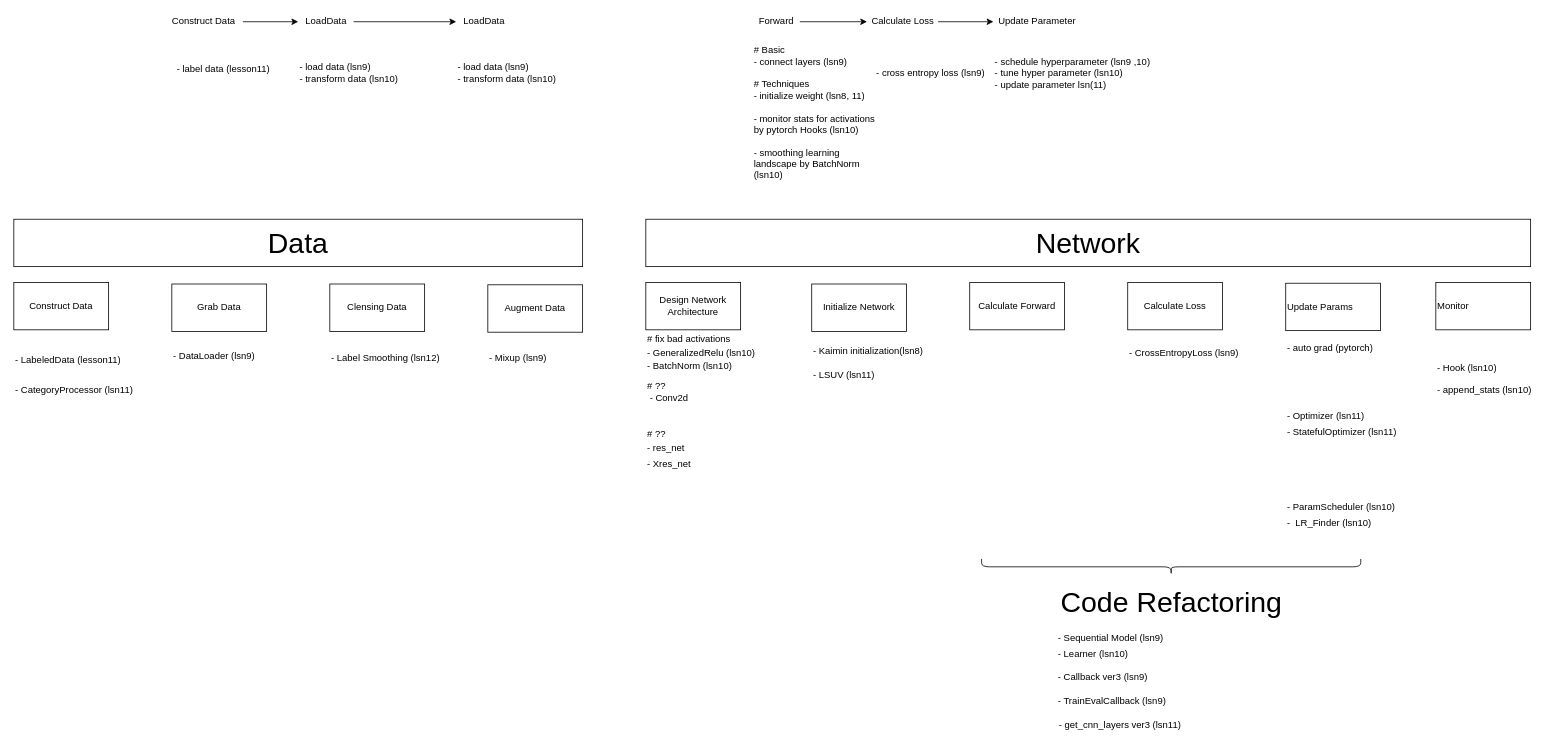
Earlier version of the draw.io diagram page "overview" (1 of 8) of lesson_note/studyFastaiFigures.drawio (shuntaka/study-fastai). Source tidied: cells renumbered, new cells numbered last; positions are measured from the earlier drawing's top-left corner, leaving out a move shared by most shapes. Both pictures are drawn from the tidied source at 79%, with x=0, y=0 at pixel (13, 13).
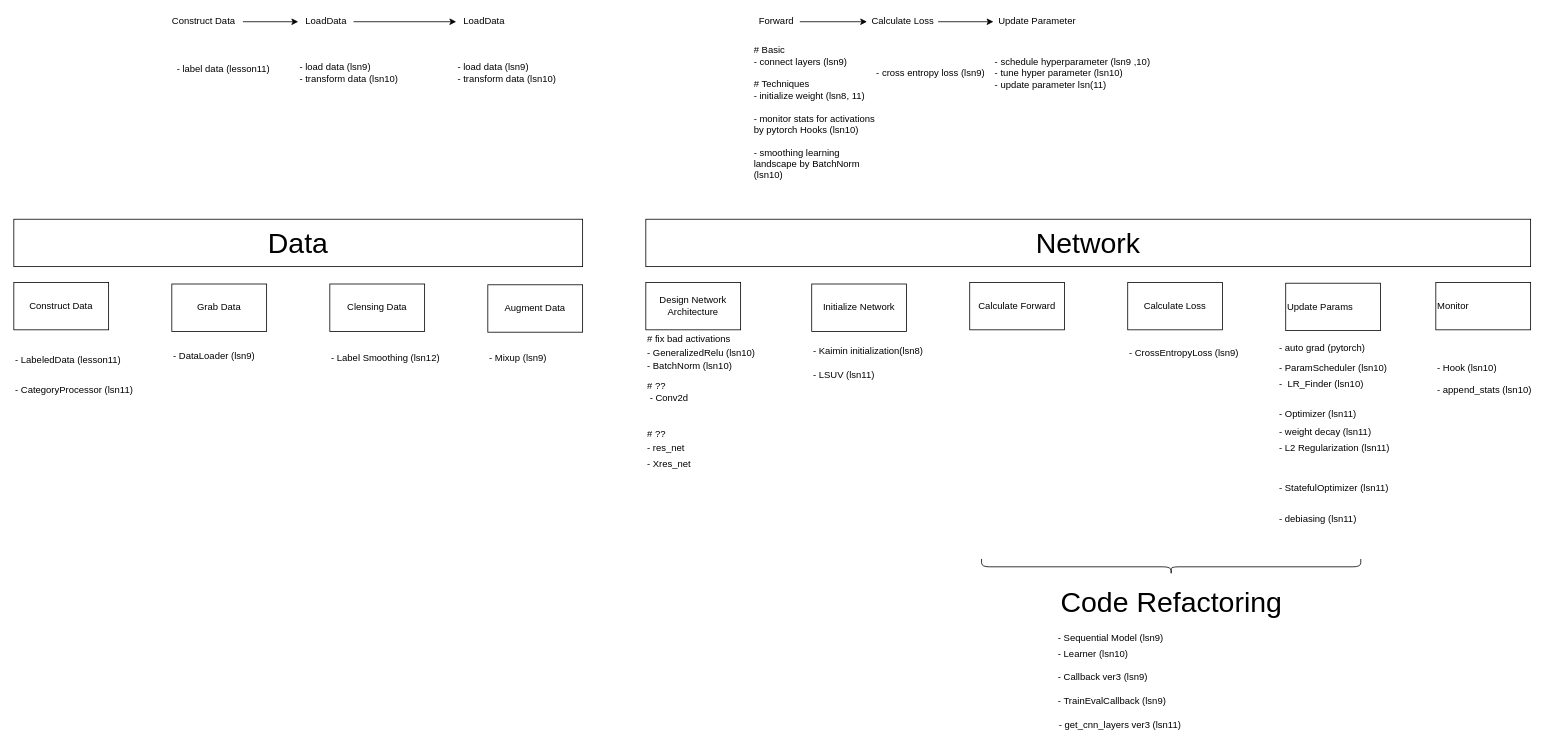
Above is the later version.

Diff of the diagram source:
```diff
@@
     <mxCell id="34" value="- ParamScheduler (lsn10)&lt;br&gt;" style="text;html=1;align=left;verticalAlign=middle;" parent="1" vertex="1">
-      <mxGeometry x="1610" y="615" width="150" height="20" as="geometry" />
+      <mxGeometry x="1600" y="439" width="150" height="20" as="geometry" />
     </mxCell>
@@
     <mxCell id="42" value="-&amp;nbsp; LR_Finder (lsn10)" style="text;html=1;align=left;verticalAlign=middle;" parent="1" vertex="1">
-      <mxGeometry x="1610" y="635" width="120" height="20" as="geometry" />
+      <mxGeometry x="1600" y="459" width="120" height="20" as="geometry" />
     </mxCell>
     <mxCell id="43" value="- Optimizer (lsn11)" style="text;html=1;align=left;verticalAlign=middle;" parent="1" vertex="1">
-      <mxGeometry x="1610" y="500" width="110" height="20" as="geometry" />
+      <mxGeometry x="1600" y="497" width="110" height="20" as="geometry" />
     </mxCell>
@@
     <mxCell id="50" value="- auto grad (pytorch)" style="text;html=1;align=left;verticalAlign=middle;" parent="1" vertex="1">
-      <mxGeometry x="1610" y="413" width="120" height="20" as="geometry" />
+      <mxGeometry x="1600" y="413" width="120" height="20" as="geometry" />
     </mxCell>
     <mxCell id="51" value="- StatefulOptimizer (lsn11)" style="text;html=1;align=left;verticalAlign=middle;" parent="1" vertex="1">
-      <mxGeometry x="1610" y="520" width="150" height="20" as="geometry" />
+      <mxGeometry x="1600" y="590" width="150" height="20" as="geometry" />
     </mxCell>
@@
+    <mxCell id="62" value="- weight decay (lsn11)" style="text;html=1;align=left;verticalAlign=middle;" parent="1" vertex="1">
+      <mxGeometry x="1600" y="520" width="130" height="20" as="geometry" />
+    </mxCell>
+    <mxCell id="63" value="- L2 Regularization (lsn11)" style="text;html=1;align=left;verticalAlign=middle;" parent="1" vertex="1">
+      <mxGeometry x="1600" y="540" width="160" height="20" as="geometry" />
+    </mxCell>
+    <mxCell id="64" value="- debiasing (lsn11)" style="text;html=1;align=left;verticalAlign=middle;" parent="1" vertex="1">
+      <mxGeometry x="1600" y="630" width="110" height="20" as="geometry" />
+    </mxCell>
```
